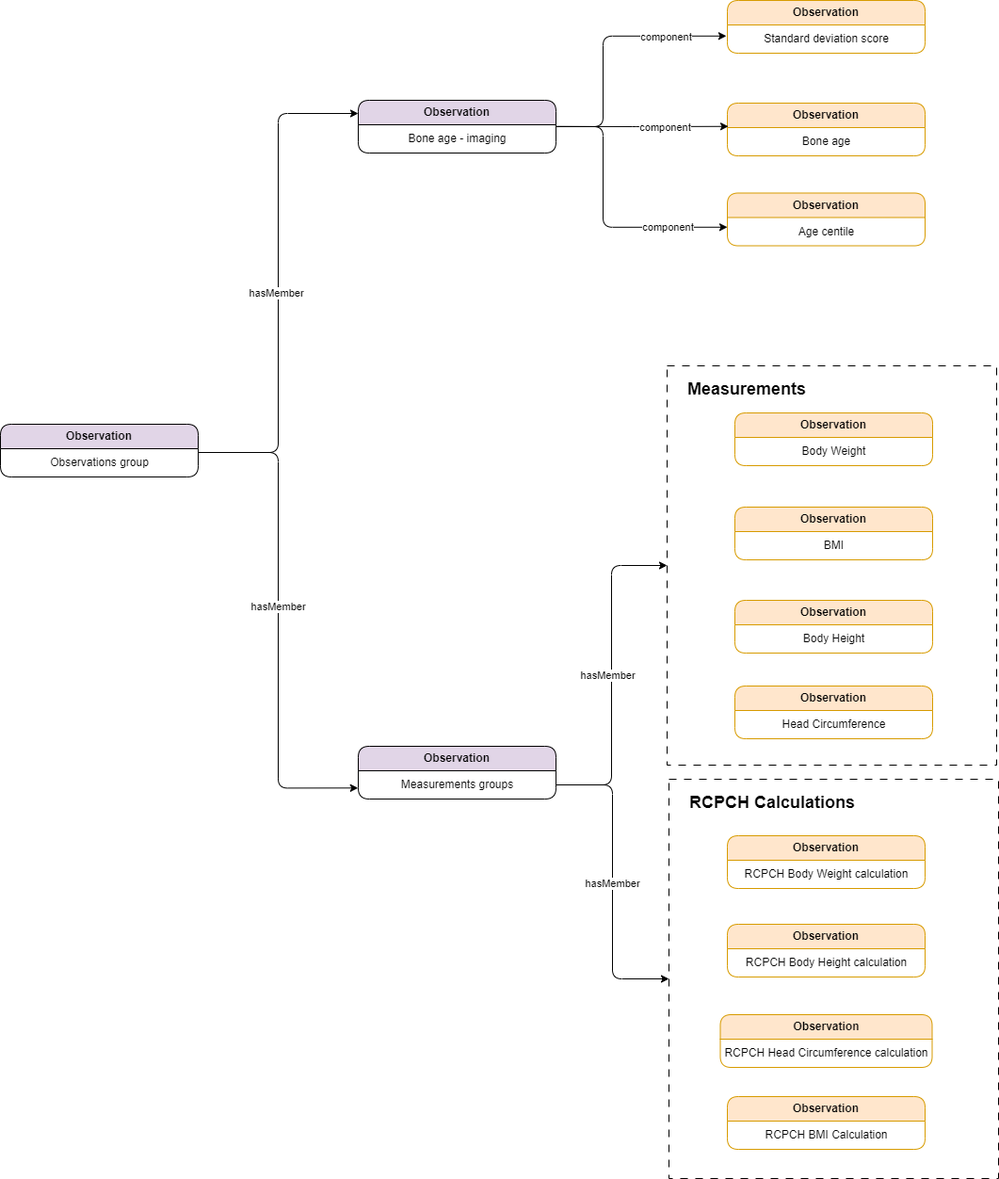
This is Diagrams/LogicalModel-growthChart-Observation group.png from GIGCymru/NHSWales-fhir-profiles, a draw.io export, as it was before one commit. Source tidied: cells renumbered, new cells last; positions are measured from the earlier drawing's top-left corner, leaving out a move shared by most shapes. Its diagram source:
```xml
<mxGraphModel>
  <root>
    <mxCell id="0" />
    <mxCell id="1" parent="0" />
    <mxCell id="2" value="&lt;b&gt;Observation&lt;/b&gt;" style="swimlane;fontStyle=0;horizontal=1;startSize=26;fillColor=#E1D5E7;whiteSpace=wrap;html=1;rounded=1;strokeColor=default;noLabel=0;backgroundOutline=0;" parent="1" vertex="1">
      <mxGeometry x="380" y="106" width="210" height="56" as="geometry" />
    </mxCell>
    <mxCell id="3" value="Bone age - imaging" style="text;html=1;align=center;verticalAlign=middle;points=[];strokeColor=none;fillColor=none;" parent="2" vertex="1">
      <mxGeometry y="26" width="210" height="30" as="geometry" />
    </mxCell>
    <mxCell id="4" value="&lt;b&gt;Observation&lt;/b&gt;" style="swimlane;fontStyle=0;horizontal=1;startSize=26;fillColor=#ffe6cc;whiteSpace=wrap;html=1;rounded=1;strokeColor=#d79b00;noLabel=0;backgroundOutline=0;" parent="1" vertex="1">
      <mxGeometry x="772" width="210" height="56" as="geometry" />
    </mxCell>
    <mxCell id="5" value="Standard deviation score" style="text;html=1;align=center;verticalAlign=middle;points=[];strokeColor=none;fillColor=none;" parent="4" vertex="1">
      <mxGeometry y="26" width="210" height="30" as="geometry" />
    </mxCell>
    <mxCell id="6" value="&lt;b&gt;Observation&lt;/b&gt;" style="swimlane;fontStyle=0;horizontal=1;startSize=26;fillColor=#ffe6cc;whiteSpace=wrap;html=1;rounded=1;strokeColor=#d79b00;noLabel=0;backgroundOutline=0;" parent="1" vertex="1">
      <mxGeometry x="772" y="109" width="210" height="56" as="geometry" />
    </mxCell>
    <mxCell id="7" value="Bone age" style="text;html=1;align=center;verticalAlign=middle;points=[];strokeColor=none;fillColor=none;" parent="6" vertex="1">
      <mxGeometry y="26" width="210" height="30" as="geometry" />
    </mxCell>
    <mxCell id="8" value="&lt;b&gt;Observation&lt;/b&gt;" style="swimlane;fontStyle=0;horizontal=1;startSize=26;fillColor=#ffe6cc;whiteSpace=wrap;html=1;rounded=1;strokeColor=#d79b00;noLabel=0;backgroundOutline=0;" parent="1" vertex="1">
      <mxGeometry x="772" y="204.5" width="210" height="56" as="geometry" />
    </mxCell>
    <mxCell id="9" value="Age centile" style="text;html=1;align=center;verticalAlign=middle;points=[];strokeColor=none;fillColor=none;" parent="8" vertex="1">
      <mxGeometry y="26" width="210" height="30" as="geometry" />
    </mxCell>
    <mxCell id="10" style="edgeStyle=orthogonalEdgeStyle;rounded=1;jettySize=auto;html=1;entryX=-0.005;entryY=0.392;entryDx=0;entryDy=0;entryPerimeter=0;curved=0;" parent="1" edge="1" source="2" target="5">
      <mxGeometry relative="1" as="geometry">
        <Array as="points">
          <mxPoint x="640" y="134" />
          <mxPoint x="640" y="38" />
        </Array>
      </mxGeometry>
    </mxCell>
    <mxCell id="11" value="component" style="edgeLabel;html=1;align=center;verticalAlign=middle;" parent="10" vertex="1">
      <mxGeometry x="0.6" y="-3" relative="1" as="geometry">
        <mxPoint x="-10" y="-3" as="offset" />
      </mxGeometry>
    </mxCell>
    <mxCell id="12" style="edgeStyle=orthogonalEdgeStyle;rounded=1;jettySize=auto;html=1;entryX=0.005;entryY=-0.042;entryDx=0;entryDy=0;entryPerimeter=0;curved=0;exitX=1.003;exitY=0.062;exitDx=0;exitDy=0;exitPerimeter=0;" parent="1" edge="1" source="3" target="7">
      <mxGeometry relative="1" as="geometry" />
    </mxCell>
    <mxCell id="13" value="component" style="edgeLabel;html=1;align=center;verticalAlign=middle;" parent="12" vertex="1">
      <mxGeometry x="0.5" y="3" relative="1" as="geometry">
        <mxPoint x="-23" y="3" as="offset" />
      </mxGeometry>
    </mxCell>
    <mxCell id="14" style="edgeStyle=orthogonalEdgeStyle;rounded=1;jettySize=auto;html=1;entryX=0;entryY=0.342;entryDx=0;entryDy=0;entryPerimeter=0;curved=0;exitX=1.006;exitY=0.062;exitDx=0;exitDy=0;exitPerimeter=0;" parent="1" edge="1" source="3" target="9">
      <mxGeometry relative="1" as="geometry">
        <Array as="points">
          <mxPoint x="640" y="134" />
          <mxPoint x="640" y="241" />
        </Array>
      </mxGeometry>
    </mxCell>
    <mxCell id="15" value="component" style="edgeLabel;html=1;align=center;verticalAlign=middle;" parent="14" vertex="1">
      <mxGeometry x="0.61" y="-3" relative="1" as="geometry">
        <mxPoint x="-8" y="-4" as="offset" />
      </mxGeometry>
    </mxCell>
    <mxCell id="16" value="&lt;b&gt;Observation&lt;/b&gt;" style="swimlane;fontStyle=0;horizontal=1;startSize=26;fillColor=#E1D5E7;whiteSpace=wrap;html=1;rounded=1;strokeColor=default;noLabel=0;backgroundOutline=0;" parent="1" vertex="1">
      <mxGeometry x="380" y="792" width="210" height="56" as="geometry" />
    </mxCell>
    <mxCell id="17" value="Measurements groups" style="text;html=1;align=center;verticalAlign=middle;points=[];strokeColor=none;fillColor=none;" parent="16" vertex="1">
      <mxGeometry y="26" width="210" height="30" as="geometry" />
    </mxCell>
    <mxCell id="18" style="edgeStyle=orthogonalEdgeStyle;rounded=1;jettySize=auto;html=1;entryX=0;entryY=0.25;entryDx=0;entryDy=0;curved=0;" parent="1" edge="1" source="20" target="2">
      <mxGeometry relative="1" as="geometry">
        <Array as="points">
          <mxPoint x="295" y="480" />
          <mxPoint x="295" y="120" />
        </Array>
      </mxGeometry>
    </mxCell>
    <mxCell id="19" value="hasMember" style="edgeLabel;html=1;align=center;verticalAlign=middle;" parent="18" vertex="1">
      <mxGeometry x="-0.53" y="3" relative="1" as="geometry">
        <mxPoint y="-129" as="offset" />
      </mxGeometry>
    </mxCell>
    <mxCell id="20" value="&lt;b&gt;Observation&lt;/b&gt;" style="swimlane;fontStyle=0;horizontal=1;startSize=26;fillColor=#E1D5E7;whiteSpace=wrap;html=1;rounded=1;strokeColor=default;noLabel=0;backgroundOutline=0;" parent="1" vertex="1">
      <mxGeometry y="450" width="210" height="56" as="geometry" />
    </mxCell>
    <mxCell id="21" value="Observations group" style="text;html=1;align=center;verticalAlign=middle;points=[];strokeColor=none;fillColor=none;" parent="20" vertex="1">
      <mxGeometry y="26" width="210" height="30" as="geometry" />
    </mxCell>
    <mxCell id="22" style="group;" parent="1" vertex="1">
      <mxGeometry x="710" y="827" width="350" height="424" as="geometry" />
    </mxCell>
    <mxCell id="23" style="rounded=0;whiteSpace=wrap;html=1;dashed=1;dashPattern=8 8;" parent="22" vertex="1">
      <mxGeometry width="350" height="424" as="geometry" />
    </mxCell>
    <mxCell id="24" value="&lt;b&gt;Observation&lt;/b&gt;" style="swimlane;fontStyle=0;horizontal=1;startSize=26;fillColor=#ffe6cc;whiteSpace=wrap;html=1;rounded=1;strokeColor=#d79b00;noLabel=0;backgroundOutline=0;" parent="22" vertex="1">
      <mxGeometry x="62" y="60" width="210" height="56" as="geometry" />
    </mxCell>
    <mxCell id="25" value="RCPCH Body Weight calculation" style="text;html=1;align=center;verticalAlign=middle;" parent="24" vertex="1">
      <mxGeometry y="26" width="210" height="30" as="geometry" />
    </mxCell>
    <mxCell id="26" value="&lt;b&gt;Observation&lt;/b&gt;" style="swimlane;fontStyle=0;horizontal=1;startSize=26;fillColor=#ffe6cc;whiteSpace=wrap;html=1;rounded=1;strokeColor=#d79b00;noLabel=0;backgroundOutline=0;" parent="22" vertex="1">
      <mxGeometry x="62" y="154" width="210" height="56" as="geometry" />
    </mxCell>
    <mxCell id="27" value="RCPCH Body Height calculation" style="text;html=1;align=center;verticalAlign=middle;" parent="26" vertex="1">
      <mxGeometry y="26" width="210" height="30" as="geometry" />
    </mxCell>
    <mxCell id="28" value="&lt;b&gt;Observation&lt;/b&gt;" style="swimlane;fontStyle=0;horizontal=1;startSize=26;fillColor=#ffe6cc;whiteSpace=wrap;html=1;rounded=1;strokeColor=#d79b00;noLabel=0;backgroundOutline=0;" parent="22" vertex="1">
      <mxGeometry x="54.5" y="250" width="225" height="56" as="geometry" />
    </mxCell>
    <mxCell id="29" value="RCPCH Head Circumference calculation" style="text;html=1;align=center;verticalAlign=middle;" parent="28" vertex="1">
      <mxGeometry y="26" width="225" height="30" as="geometry" />
    </mxCell>
    <mxCell id="30" value="&lt;b&gt;Observation&lt;/b&gt;" style="swimlane;fontStyle=0;horizontal=1;startSize=26;fillColor=#ffe6cc;whiteSpace=wrap;html=1;rounded=1;strokeColor=#d79b00;noLabel=0;backgroundOutline=0;" parent="22" vertex="1">
      <mxGeometry x="62" y="337" width="210" height="56" as="geometry" />
    </mxCell>
    <mxCell id="31" value="RCPCH BMI Calculation" style="text;html=1;align=center;verticalAlign=middle;" parent="30" vertex="1">
      <mxGeometry y="26" width="210" height="30" as="geometry" />
    </mxCell>
    <mxCell id="32" value="RCPCH Calculations" style="text;html=1;align=left;verticalAlign=middle;whiteSpace=wrap;rounded=0;fontSize=18;fontStyle=1;" parent="22" vertex="1">
      <mxGeometry x="20" y="10" width="200" height="30" as="geometry" />
    </mxCell>
    <mxCell id="33" style="group;" parent="1" vertex="1">
      <mxGeometry x="708" y="388" width="350" height="424" as="geometry" />
    </mxCell>
    <mxCell id="34" style="rounded=0;whiteSpace=wrap;html=1;dashed=1;dashPattern=8 8;" parent="33" vertex="1">
      <mxGeometry width="350" height="424" as="geometry" />
    </mxCell>
    <mxCell id="35" value="&lt;b&gt;Observation&lt;/b&gt;" style="swimlane;fontStyle=0;horizontal=1;startSize=26;fillColor=#ffe6cc;whiteSpace=wrap;html=1;rounded=1;strokeColor=#d79b00;noLabel=0;backgroundOutline=0;" parent="33" vertex="1">
      <mxGeometry x="72" y="50" width="210" height="56" as="geometry" />
    </mxCell>
    <mxCell id="36" value="Body Weight" style="text;html=1;align=center;verticalAlign=middle;" parent="35" vertex="1">
      <mxGeometry y="26" width="210" height="30" as="geometry" />
    </mxCell>
    <mxCell id="37" value="&lt;b&gt;Observation&lt;/b&gt;" style="swimlane;fontStyle=0;horizontal=1;startSize=26;fillColor=#ffe6cc;whiteSpace=wrap;html=1;rounded=1;strokeColor=#d79b00;noLabel=0;backgroundOutline=0;" parent="33" vertex="1">
      <mxGeometry x="72" y="150" width="210" height="56" as="geometry" />
    </mxCell>
    <mxCell id="38" value="BMI" style="text;html=1;align=center;verticalAlign=middle;" parent="37" vertex="1">
      <mxGeometry y="26" width="210" height="30" as="geometry" />
    </mxCell>
    <mxCell id="39" value="&lt;b&gt;Observation&lt;/b&gt;" style="swimlane;fontStyle=0;horizontal=1;startSize=26;fillColor=#ffe6cc;whiteSpace=wrap;html=1;rounded=1;strokeColor=#d79b00;noLabel=0;backgroundOutline=0;" parent="33" vertex="1">
      <mxGeometry x="72" y="249" width="210" height="56" as="geometry" />
    </mxCell>
    <mxCell id="40" value="Body Height" style="text;html=1;align=center;verticalAlign=middle;" parent="39" vertex="1">
      <mxGeometry y="26" width="210" height="30" as="geometry" />
    </mxCell>
    <mxCell id="41" value="&lt;b&gt;Observation&lt;/b&gt;" style="swimlane;fontStyle=0;horizontal=1;startSize=26;fillColor=#ffe6cc;whiteSpace=wrap;html=1;rounded=1;strokeColor=#d79b00;noLabel=0;backgroundOutline=0;" parent="33" vertex="1">
      <mxGeometry x="72" y="340" width="210" height="56" as="geometry" />
    </mxCell>
    <mxCell id="42" value="Head Circumference" style="text;html=1;align=center;verticalAlign=middle;" parent="41" vertex="1">
      <mxGeometry y="26" width="210" height="30" as="geometry" />
    </mxCell>
    <mxCell id="43" value="Measurements" style="text;html=1;align=left;verticalAlign=middle;whiteSpace=wrap;rounded=0;fontSize=18;fontStyle=1;" parent="33" vertex="1">
      <mxGeometry x="20" y="10" width="60" height="30" as="geometry" />
    </mxCell>
    <mxCell id="44" style="edgeStyle=orthogonalEdgeStyle;rounded=1;jettySize=auto;html=1;entryX=0;entryY=0.5;entryDx=0;entryDy=0;curved=0;" parent="1" edge="1" source="17" target="34">
      <mxGeometry relative="1" as="geometry" />
    </mxCell>
    <mxCell id="45" value="hasMember" style="edgeLabel;html=1;align=center;verticalAlign=middle;" parent="44" vertex="1">
      <mxGeometry y="5" relative="1" as="geometry" />
    </mxCell>
    <mxCell id="46" style="edgeStyle=orthogonalEdgeStyle;rounded=1;jettySize=auto;html=1;strokeColor=default;curved=0;" parent="1" edge="1" source="17" target="23">
      <mxGeometry relative="1" as="geometry" />
    </mxCell>
    <mxCell id="47" value="hasMember" style="edgeLabel;html=1;align=center;verticalAlign=middle;" parent="46" vertex="1">
      <mxGeometry x="0.01" y="-1" relative="1" as="geometry" />
    </mxCell>
    <mxCell id="48" style="edgeStyle=orthogonalEdgeStyle;rounded=1;jettySize=auto;html=1;entryX=-0.001;entryY=0.61;entryDx=0;entryDy=0;entryPerimeter=0;curved=0;" parent="1" edge="1" source="21" target="17">
      <mxGeometry relative="1" as="geometry">
        <Array as="points">
          <mxPoint x="295" y="480" />
          <mxPoint x="295" y="836" />
        </Array>
      </mxGeometry>
    </mxCell>
    <mxCell id="49" value="hasMember" style="edgeLabel;html=1;align=center;verticalAlign=middle;" parent="48" vertex="1">
      <mxGeometry x="-0.06" y="-1" relative="1" as="geometry" />
    </mxCell>
  </root>
</mxGraphModel>
```
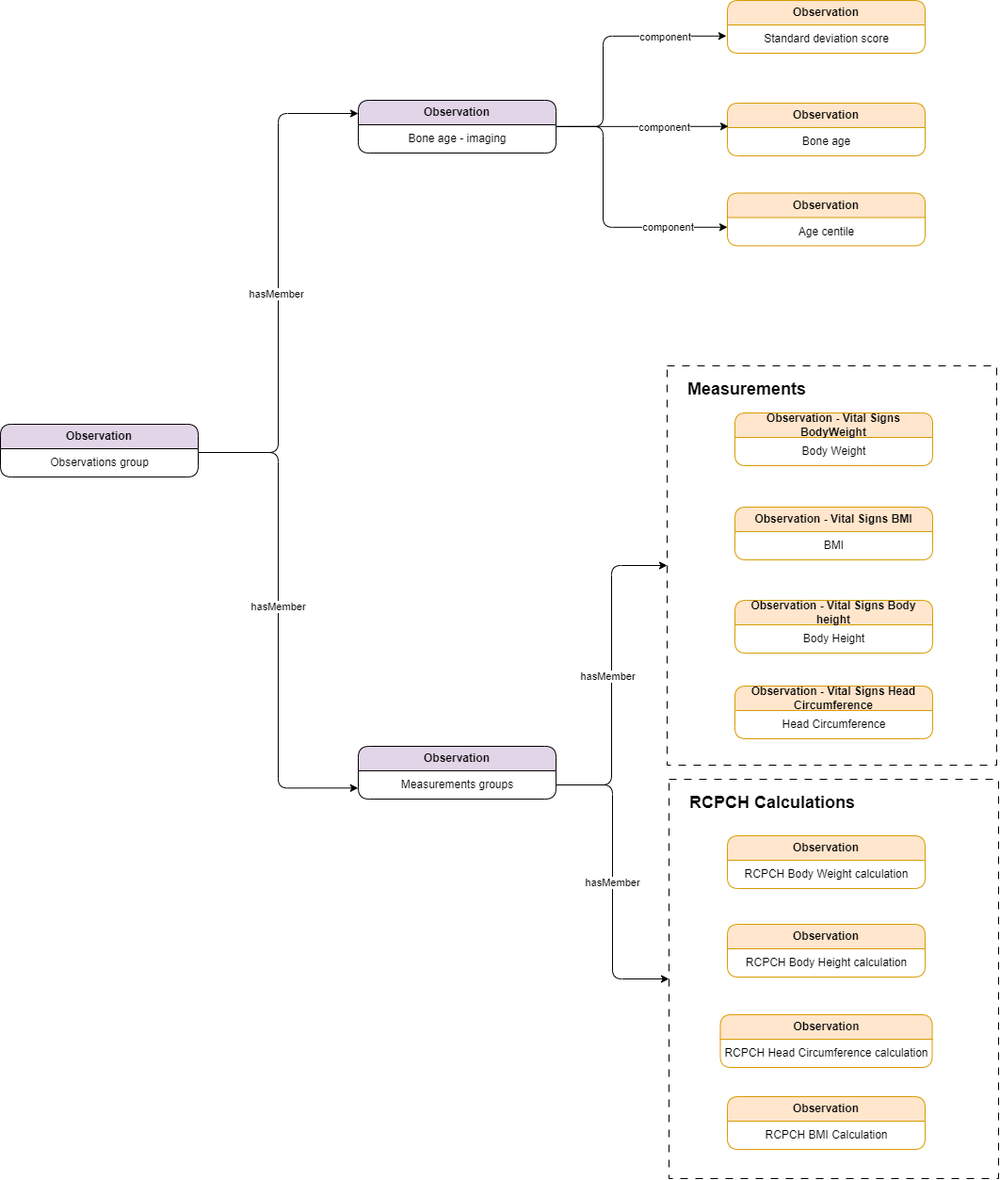
The same file after the commit.

Commit message:
Added more information to Growth Chart guidance page

The edit, as a diff of the source:
```diff
@@ -124,25 +124,25 @@
     <mxCell id="34" style="rounded=0;whiteSpace=wrap;html=1;dashed=1;dashPattern=8 8;" parent="33" vertex="1">
       <mxGeometry width="350" height="424" as="geometry" />
     </mxCell>
-    <mxCell id="35" value="&lt;b&gt;Observation&lt;/b&gt;" style="swimlane;fontStyle=0;horizontal=1;startSize=26;fillColor=#ffe6cc;whiteSpace=wrap;html=1;rounded=1;strokeColor=#d79b00;noLabel=0;backgroundOutline=0;" parent="33" vertex="1">
+    <mxCell id="35" value="&lt;b&gt;Observation - Vital Signs BodyWeight&lt;/b&gt;" style="swimlane;fontStyle=0;horizontal=1;startSize=26;fillColor=#ffe6cc;whiteSpace=wrap;html=1;rounded=1;strokeColor=#d79b00;noLabel=0;backgroundOutline=0;" parent="33" vertex="1">
       <mxGeometry x="72" y="50" width="210" height="56" as="geometry" />
     </mxCell>
     <mxCell id="36" value="Body Weight" style="text;html=1;align=center;verticalAlign=middle;" parent="35" vertex="1">
       <mxGeometry y="26" width="210" height="30" as="geometry" />
     </mxCell>
-    <mxCell id="37" value="&lt;b&gt;Observation&lt;/b&gt;" style="swimlane;fontStyle=0;horizontal=1;startSize=26;fillColor=#ffe6cc;whiteSpace=wrap;html=1;rounded=1;strokeColor=#d79b00;noLabel=0;backgroundOutline=0;" parent="33" vertex="1">
+    <mxCell id="37" value="&lt;b&gt;Observation - Vital Signs BMI&lt;/b&gt;" style="swimlane;fontStyle=0;horizontal=1;startSize=26;fillColor=#ffe6cc;whiteSpace=wrap;html=1;rounded=1;strokeColor=#d79b00;noLabel=0;backgroundOutline=0;" parent="33" vertex="1">
       <mxGeometry x="72" y="150" width="210" height="56" as="geometry" />
     </mxCell>
     <mxCell id="38" value="BMI" style="text;html=1;align=center;verticalAlign=middle;" parent="37" vertex="1">
       <mxGeometry y="26" width="210" height="30" as="geometry" />
     </mxCell>
-    <mxCell id="39" value="&lt;b&gt;Observation&lt;/b&gt;" style="swimlane;fontStyle=0;horizontal=1;startSize=26;fillColor=#ffe6cc;whiteSpace=wrap;html=1;rounded=1;strokeColor=#d79b00;noLabel=0;backgroundOutline=0;" parent="33" vertex="1">
+    <mxCell id="39" value="&lt;b&gt;Observation - Vital Signs Body height&lt;/b&gt;" style="swimlane;fontStyle=0;horizontal=1;startSize=26;fillColor=#ffe6cc;whiteSpace=wrap;html=1;rounded=1;strokeColor=#d79b00;noLabel=0;backgroundOutline=0;" parent="33" vertex="1">
       <mxGeometry x="72" y="249" width="210" height="56" as="geometry" />
     </mxCell>
     <mxCell id="40" value="Body Height" style="text;html=1;align=center;verticalAlign=middle;" parent="39" vertex="1">
       <mxGeometry y="26" width="210" height="30" as="geometry" />
     </mxCell>
-    <mxCell id="41" value="&lt;b&gt;Observation&lt;/b&gt;" style="swimlane;fontStyle=0;horizontal=1;startSize=26;fillColor=#ffe6cc;whiteSpace=wrap;html=1;rounded=1;strokeColor=#d79b00;noLabel=0;backgroundOutline=0;" parent="33" vertex="1">
+    <mxCell id="41" value="&lt;b&gt;Observation - Vital Signs Head Circumference&lt;/b&gt;" style="swimlane;fontStyle=0;horizontal=1;startSize=26;fillColor=#ffe6cc;whiteSpace=wrap;html=1;rounded=1;strokeColor=#d79b00;noLabel=0;backgroundOutline=0;" parent="33" vertex="1">
       <mxGeometry x="72" y="340" width="210" height="56" as="geometry" />
     </mxCell>
     <mxCell id="42" value="Head Circumference" style="text;html=1;align=center;verticalAlign=middle;" parent="41" vertex="1">
```
